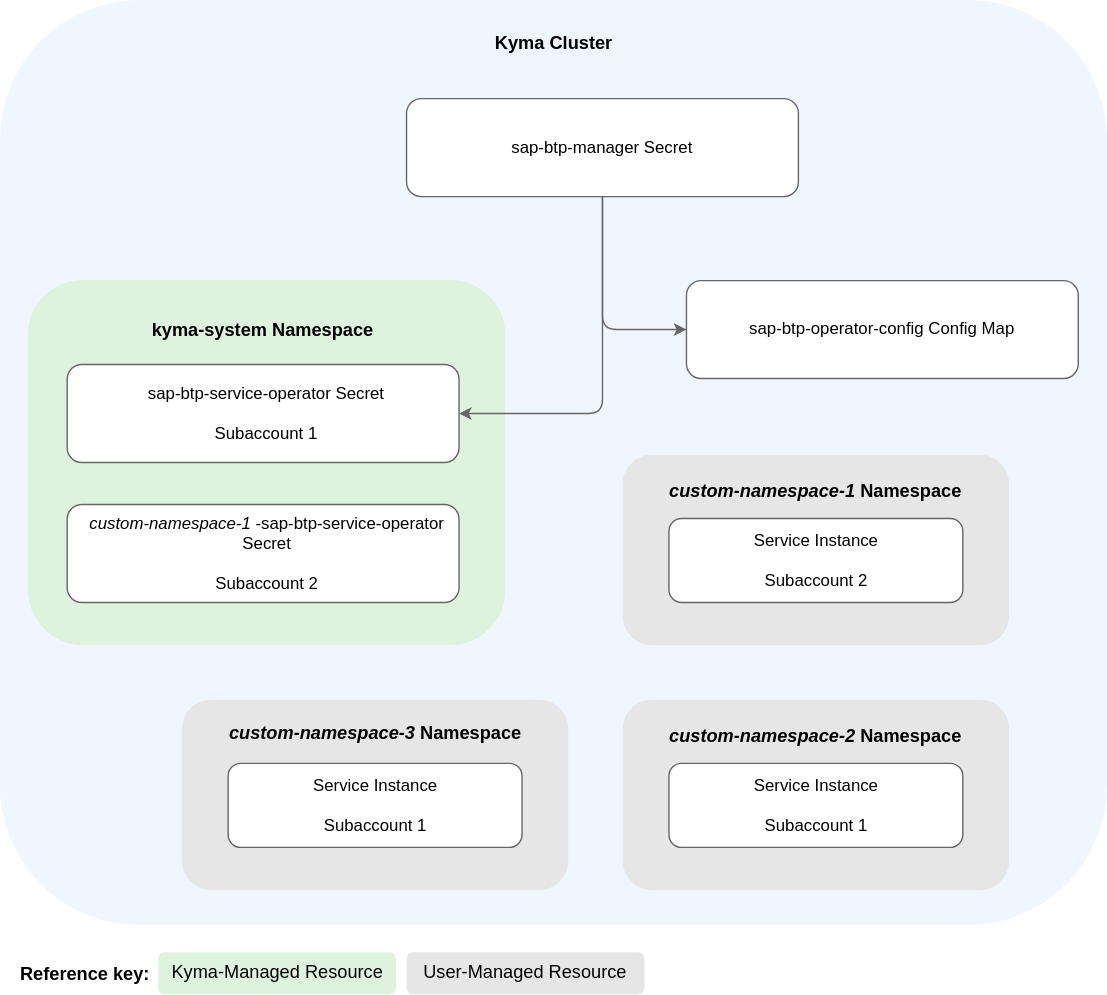
Before: docs/assets/access_configuration.drawio.svg, a diagram exported from draw.io (kyma-project/btp-manager). Source tidied: cells renumbered, new cells last; positions are measured from the earlier drawing's top-left corner, leaving out a move shared by most shapes.
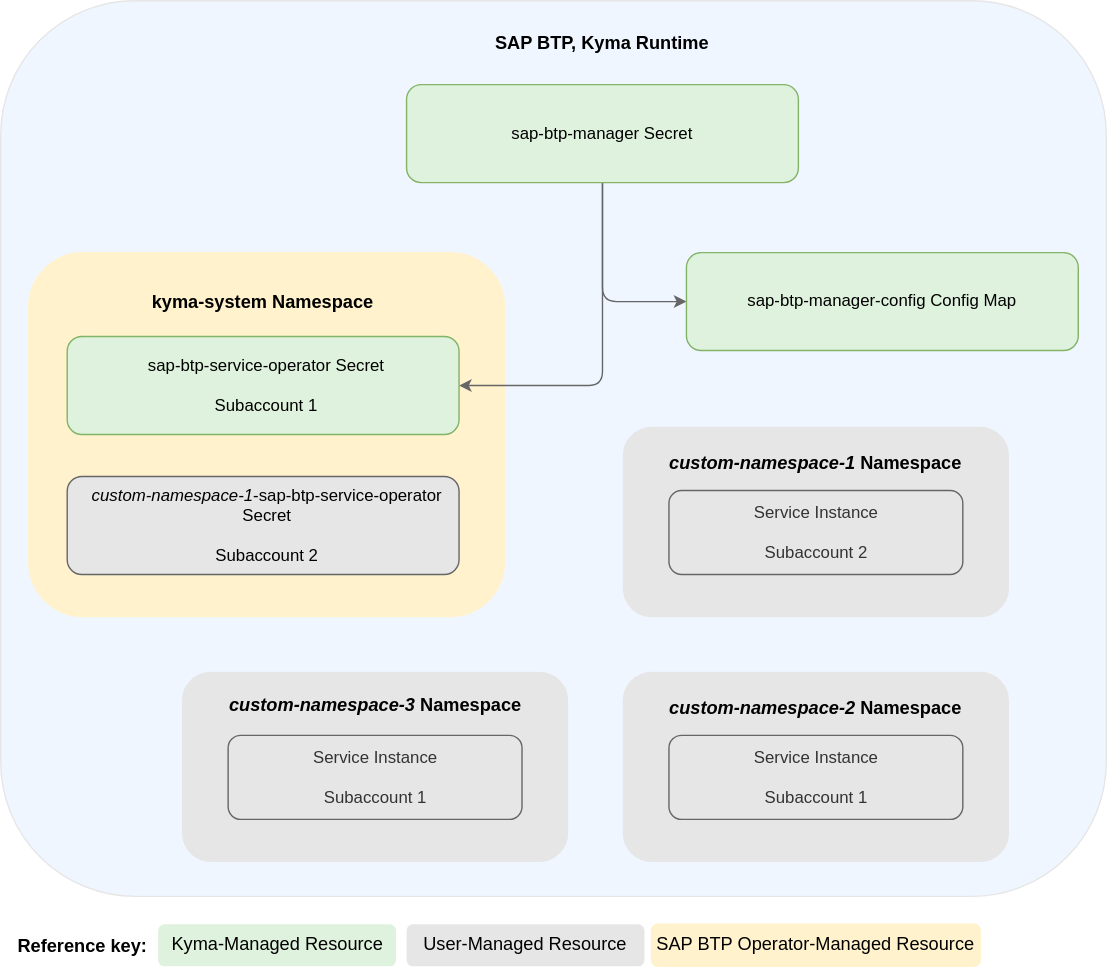
Above is the later version.

Change to the diagram source:
```diff
@@ -2,13 +2,13 @@
   <root>
     <mxCell id="0" />
     <mxCell id="1" parent="0" />
-    <mxCell id="2" style="rounded=1;whiteSpace=wrap;html=1;fillColor=#f0f6ff;strokeColor=#f0f6ff;" parent="1" vertex="1">
-      <mxGeometry width="790" height="660" as="geometry" />
+    <mxCell id="2" style="rounded=1;whiteSpace=wrap;html=1;fillColor=#f0f6ff;strokeColor=#e6e6e6;labelBackgroundColor=default;" parent="1" vertex="1">
+      <mxGeometry y="20" width="790" height="640" as="geometry" />
     </mxCell>
     <mxCell id="3" style="rounded=1;whiteSpace=wrap;html=1;fillColor=#e6e6e6;strokeColor=#e6e6e6;" parent="1" vertex="1">
       <mxGeometry x="445" y="325" width="275" height="135" as="geometry" />
     </mxCell>
-    <mxCell id="4" style="rounded=1;whiteSpace=wrap;html=1;fillColor=#def2dd;strokeColor=#def2dd;" parent="1" vertex="1">
+    <mxCell id="4" style="rounded=1;whiteSpace=wrap;html=1;fillColor=#fff2cc;strokeColor=#fff2cc;" parent="1" vertex="1">
       <mxGeometry x="20" y="200" width="340" height="260" as="geometry" />
     </mxCell>
     <mxCell id="5" style="edgeStyle=orthogonalEdgeStyle;rounded=1;jettySize=auto;html=1;entryX=1;entryY=0.5;entryDx=0;entryDy=0;strokeColor=#666666;curved=0;" parent="1" edge="1" source="7" target="9">
@@ -17,25 +17,25 @@
     <mxCell id="6" style="edgeStyle=orthogonalEdgeStyle;rounded=1;jettySize=auto;html=1;entryX=0;entryY=0.5;entryDx=0;entryDy=0;strokeColor=#666666;curved=0;" parent="1" edge="1" source="7" target="16">
       <mxGeometry relative="1" as="geometry" />
     </mxCell>
-    <mxCell id="7" style="rounded=1;whiteSpace=wrap;html=1;strokeColor=#666666;" parent="1" vertex="1">
-      <mxGeometry x="290" y="70" width="280" height="70" as="geometry" />
+    <mxCell id="7" style="rounded=1;whiteSpace=wrap;html=1;strokeColor=#82b366;fillColor=#def2dd;" parent="1" vertex="1">
+      <mxGeometry x="290" y="80" width="280" height="70" as="geometry" />
     </mxCell>
     <mxCell id="8" value="sap-btp-manager Secret" style="text;html=1;align=center;verticalAlign=middle;whiteSpace=wrap;rounded=0;" parent="1" vertex="1">
-      <mxGeometry x="330" y="89.4" width="200" height="31.2" as="geometry" />
+      <mxGeometry x="330" y="99.4" width="200" height="31.2" as="geometry" />
     </mxCell>
-    <mxCell id="9" style="rounded=1;whiteSpace=wrap;html=1;strokeColor=#666666;" parent="1" vertex="1">
+    <mxCell id="9" style="rounded=1;whiteSpace=wrap;html=1;strokeColor=#82b366;fillColor=#def2dd;" parent="1" vertex="1">
       <mxGeometry x="47.5" y="260" width="280" height="70" as="geometry" />
     </mxCell>
     <mxCell id="10" value="sap-btp-service-operator Secret&lt;div&gt;&lt;br&gt;&lt;div&gt;&lt;span style=&quot;background-color: initial;&quot;&gt;Subaccount 1&lt;/span&gt;&lt;/div&gt;&lt;/div&gt;" style="text;html=1;align=center;verticalAlign=middle;whiteSpace=wrap;rounded=0;" parent="1" vertex="1">
       <mxGeometry x="96.3" y="275" width="187.5" height="40" as="geometry" />
     </mxCell>
-    <mxCell id="11" style="rounded=1;whiteSpace=wrap;html=1;strokeColor=#666666;" parent="1" vertex="1">
+    <mxCell id="11" style="rounded=1;whiteSpace=wrap;html=1;strokeColor=#666666;fillColor=#e6e6e6;" parent="1" vertex="1">
       <mxGeometry x="47.5" y="360" width="280" height="70" as="geometry" />
     </mxCell>
-    <mxCell id="12" value="&lt;i&gt;custom-namespace-1&lt;/i&gt;-sap-btp-service-operator Secret&lt;div&gt;&lt;br&gt;&lt;div&gt;&lt;span style=&quot;background-color: initial;&quot;&gt;Subaccount 2&lt;/span&gt;&lt;/div&gt;&lt;/div&gt;" style="text;html=1;align=center;verticalAlign=middle;whiteSpace=wrap;rounded=0;" parent="1" vertex="1">
+    <mxCell id="12" value="&lt;i&gt;custom-namespace-1&lt;/i&gt;-sap-btp-service-operator Secret&lt;div&gt;&lt;br&gt;&lt;div&gt;&lt;span style=&quot;background-color: initial;&quot;&gt;Subaccount 2&lt;/span&gt;&lt;/div&gt;&lt;/div&gt;" style="text;html=1;align=center;verticalAlign=middle;whiteSpace=wrap;rounded=0;fillColor=#e6e6e6;strokeColor=none;" parent="1" vertex="1">
       <mxGeometry x="60.6" y="366.2" width="258.8" height="57.5" as="geometry" />
     </mxCell>
-    <mxCell id="13" value="Service Instance&lt;div&gt;&lt;br&gt;&lt;div&gt;&lt;span style=&quot;background-color: initial;&quot;&gt;Subaccount 2&lt;/span&gt;&lt;br&gt;&lt;/div&gt;&lt;/div&gt;" style="rounded=1;whiteSpace=wrap;html=1;strokeColor=#666666;" parent="1" vertex="1">
+    <mxCell id="13" value="Service Instance&lt;div&gt;&lt;br&gt;&lt;div&gt;&lt;span style=&quot;background-color: initial;&quot;&gt;Subaccount 2&lt;/span&gt;&lt;br&gt;&lt;/div&gt;&lt;/div&gt;" style="rounded=1;whiteSpace=wrap;html=1;strokeColor=#666666;fillColor=#e6e6e6;fontColor=#333333;" parent="1" vertex="1">
       <mxGeometry x="477.5" y="370" width="210" height="60" as="geometry" />
     </mxCell>
     <mxCell id="14" value="&lt;b&gt;&lt;font style=&quot;font-size: 13px;&quot;&gt;kyma-system Namespace&lt;/font&gt;&lt;/b&gt;" style="text;html=1;align=center;verticalAlign=middle;whiteSpace=wrap;rounded=0;" parent="1" vertex="1">
@@ -44,10 +44,10 @@
     <mxCell id="15" value="&lt;font style=&quot;font-size: 13px;&quot;&gt;&lt;b&gt;&lt;i&gt;custom-namespace-1&lt;/i&gt; Namespace&lt;/b&gt;&lt;/font&gt;" style="text;html=1;align=center;verticalAlign=middle;whiteSpace=wrap;rounded=0;" parent="1" vertex="1">
       <mxGeometry x="465" y="335" width="235" height="30" as="geometry" />
     </mxCell>
-    <mxCell id="16" style="rounded=1;whiteSpace=wrap;html=1;strokeColor=#666666;" parent="1" vertex="1">
+    <mxCell id="16" style="rounded=1;whiteSpace=wrap;html=1;strokeColor=#82b366;fillColor=#def2dd;" parent="1" vertex="1">
       <mxGeometry x="490" y="200" width="280" height="70" as="geometry" />
     </mxCell>
-    <mxCell id="17" value="sap-btp-operator-config Config Map" style="text;html=1;align=center;verticalAlign=middle;whiteSpace=wrap;rounded=0;" parent="1" vertex="1">
+    <mxCell id="17" value="sap-btp-manager-config Config Map" style="text;html=1;align=center;verticalAlign=middle;whiteSpace=wrap;rounded=0;" parent="1" vertex="1">
       <mxGeometry x="530" y="220" width="200" height="30" as="geometry" />
     </mxCell>
     <mxCell id="18" value="&lt;b&gt;&lt;font style=&quot;font-size: 13px;&quot;&gt;Reference key:&amp;nbsp;&lt;/font&gt;&lt;/b&gt;" style="text;html=1;align=center;verticalAlign=middle;strokeColor=none;fillColor=none;" parent="1" vertex="1">
@@ -62,13 +62,13 @@
     <mxCell id="21" style="rounded=1;whiteSpace=wrap;html=1;fillColor=#e6e6e6;strokeColor=#e6e6e6;" parent="1" vertex="1">
       <mxGeometry x="445" y="500" width="275" height="135" as="geometry" />
     </mxCell>
-    <mxCell id="22" value="Service Instance&lt;div&gt;&lt;br&gt;&lt;div&gt;&lt;span style=&quot;background-color: initial;&quot;&gt;Subaccount 1&lt;/span&gt;&lt;br&gt;&lt;/div&gt;&lt;/div&gt;" style="rounded=1;whiteSpace=wrap;html=1;strokeColor=#666666;" parent="1" vertex="1">
+    <mxCell id="22" value="Service Instance&lt;div&gt;&lt;br&gt;&lt;div&gt;&lt;span style=&quot;background-color: initial;&quot;&gt;Subaccount 1&lt;/span&gt;&lt;br&gt;&lt;/div&gt;&lt;/div&gt;" style="rounded=1;whiteSpace=wrap;html=1;strokeColor=#666666;fillColor=#e6e6e6;fontColor=#333333;" parent="1" vertex="1">
       <mxGeometry x="477.5" y="545" width="210" height="60" as="geometry" />
     </mxCell>
     <mxCell id="23" style="rounded=1;whiteSpace=wrap;html=1;fillColor=#e6e6e6;strokeColor=#e6e6e6;" parent="1" vertex="1">
       <mxGeometry x="130" y="500" width="275" height="135" as="geometry" />
     </mxCell>
-    <mxCell id="24" value="Service Instance&lt;div&gt;&lt;br&gt;&lt;div&gt;&lt;span style=&quot;background-color: initial;&quot;&gt;Subaccount 1&lt;/span&gt;&lt;br&gt;&lt;/div&gt;&lt;/div&gt;" style="rounded=1;whiteSpace=wrap;html=1;strokeColor=#666666;" parent="1" vertex="1">
+    <mxCell id="24" value="Service Instance&lt;div&gt;&lt;br&gt;&lt;div&gt;&lt;span style=&quot;background-color: initial;&quot;&gt;Subaccount 1&lt;/span&gt;&lt;br&gt;&lt;/div&gt;&lt;/div&gt;" style="rounded=1;whiteSpace=wrap;html=1;strokeColor=#666666;fillColor=#e6e6e6;fontColor=#333333;" parent="1" vertex="1">
       <mxGeometry x="162.5" y="545" width="210" height="60" as="geometry" />
     </mxCell>
     <mxCell id="25" value="&lt;b style=&quot;font-size: 13px;&quot;&gt;&lt;i&gt;custom-namespace-2&lt;/i&gt;&amp;nbsp;Namespace&lt;/b&gt;" style="text;html=1;align=center;verticalAlign=middle;whiteSpace=wrap;rounded=0;" parent="1" vertex="1">
@@ -77,8 +77,11 @@
     <mxCell id="26" value="&lt;b style=&quot;font-size: 13px;&quot;&gt;&lt;i&gt;custom-namespace-3&lt;/i&gt;&amp;nbsp;Namespace&lt;/b&gt;" style="text;html=1;align=center;verticalAlign=middle;whiteSpace=wrap;rounded=0;" parent="1" vertex="1">
       <mxGeometry x="157.5" y="508.8" width="220" height="27.5" as="geometry" />
     </mxCell>
-    <mxCell id="27" value="&lt;b&gt;&lt;font style=&quot;font-size: 13px;&quot;&gt;Kyma Cluster&lt;/font&gt;&lt;/b&gt;" style="text;html=1;align=center;verticalAlign=middle;whiteSpace=wrap;rounded=0;" parent="1" vertex="1">
-      <mxGeometry x="332.5" y="10" width="125" height="40" as="geometry" />
+    <mxCell id="27" value="&lt;span style=&quot;font-size: 13px;&quot;&gt;&lt;b&gt;SAP BTP, Kyma Runtime&lt;/b&gt;&lt;/span&gt;" style="text;html=1;align=center;verticalAlign=middle;whiteSpace=wrap;rounded=0;" parent="1" vertex="1">
+      <mxGeometry x="346.2" y="30" width="167.5" height="40" as="geometry" />
     </mxCell>
+    <mxCell id="28" value="&lt;span style=&quot;font-size: 13px;&quot;&gt;SAP BTP Operator-&lt;/span&gt;&lt;span style=&quot;font-size: 13px;&quot;&gt;Managed&amp;nbsp;&lt;/span&gt;&lt;span style=&quot;font-size: 13px;&quot;&gt;Resource&lt;/span&gt;" style="text;whiteSpace=wrap;html=1;strokeColor=#fff2cc;rounded=1;fillColor=#fff2cc;align=center;" parent="1" vertex="1">
+      <mxGeometry x="465" y="680" width="235" height="30" as="geometry" />
+    </mxCell>
   </root>
 </mxGraphModel>
```
